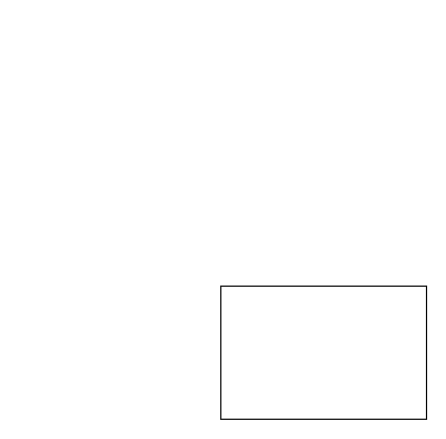
Earlier version of the draw.io diagram Untitled Diagram.drawio (kshamiev/sungora_history). Source tidied: cells renumbered, new cells numbered last; positions are measured from the earlier drawing's top-left corner, leaving out a move shared by most shapes. Both pictures are drawn from the tidied source at 121%, with x=0, y=0 at pixel (220, 286).
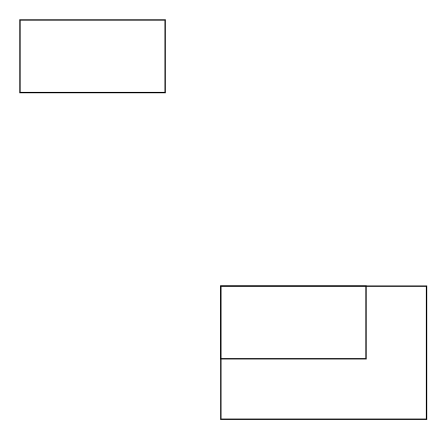
Above is the later version.

What changed in the source:
```diff
@@
 <mxGraphModel>
   <root>
     <mxCell id="0" />
     <mxCell id="1" parent="0" />
     <mxCell id="2" style="rounded=0;whiteSpace=wrap;html=1;" parent="1" vertex="1">
       <mxGeometry width="170" height="110" as="geometry" />
     </mxCell>
+    <mxCell id="3" style="rounded=0;whiteSpace=wrap;html=1;" parent="1" vertex="1">
+      <mxGeometry width="120" height="60" as="geometry" />
+    </mxCell>
+    <mxCell id="4" style="rounded=0;whiteSpace=wrap;html=1;" parent="1" vertex="1">
+      <mxGeometry x="-166" y="-220" width="120" height="60" as="geometry" />
+    </mxCell>
   </root>
 </mxGraphModel>
```
